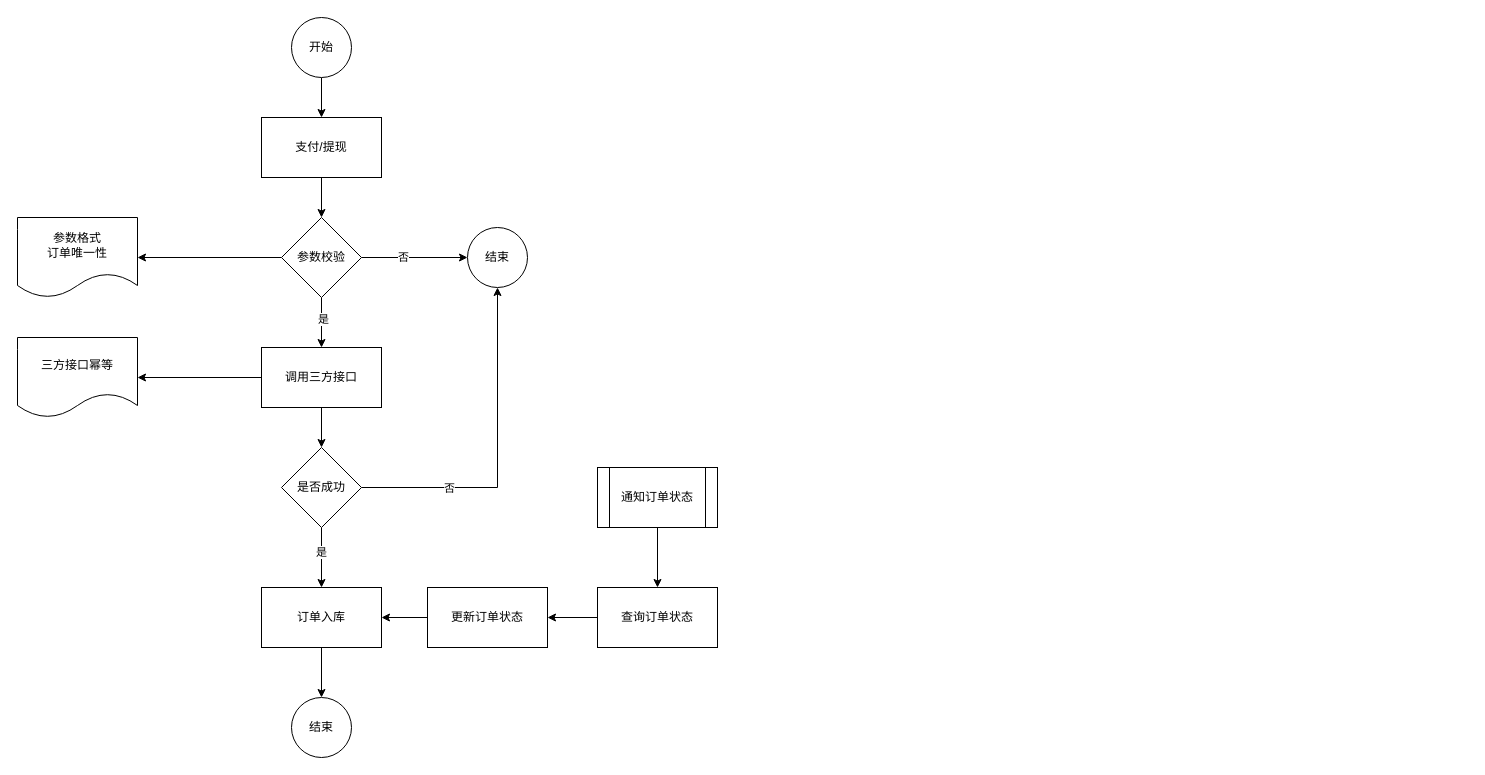
Earlier version of the draw.io diagram page "支付/提现接口幂等方案" (4 of 4) of 支付流程.drawio (jarcn/pic). Source tidied: cells renumbered, new cells numbered last; positions are measured from the earlier drawing's top-left corner, leaving out a move shared by most shapes. Both pictures are drawn from the tidied source at 100%, with x=0, y=0 at pixel (17, 17).
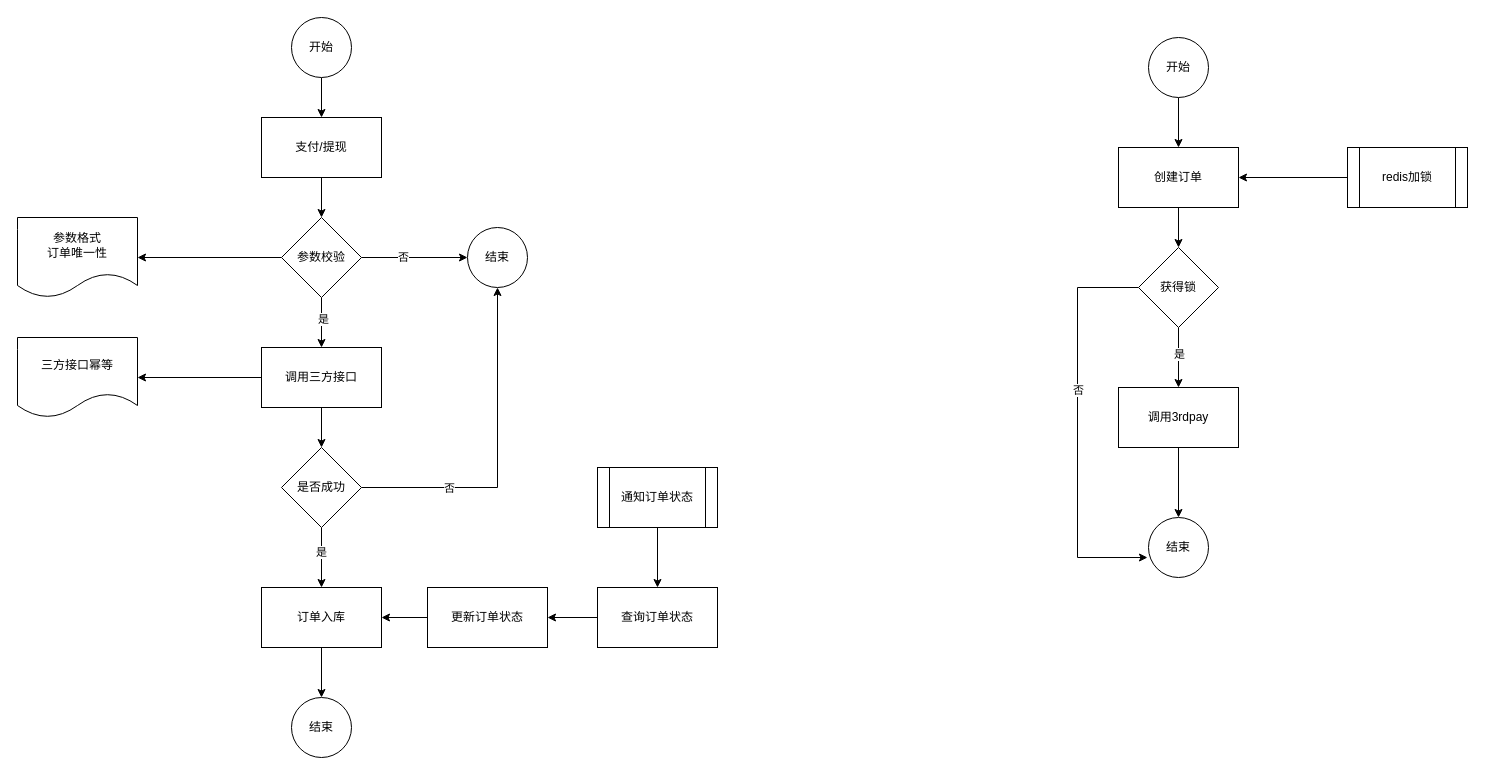
Above is the later version.

Diff of the diagram source:
```diff
@@
+    <mxCell id="32" style="edgeStyle=orthogonalEdgeStyle;rounded=0;jettySize=auto;html=1;exitX=0.5;exitY=1;exitDx=0;exitDy=0;" parent="1" edge="1" source="33" target="35">
+      <mxGeometry relative="1" as="geometry" />
+    </mxCell>
+    <mxCell id="33" value="开始" style="ellipse;whiteSpace=wrap;html=1;" parent="1" vertex="1">
+      <mxGeometry x="1131" y="20" width="60" height="60" as="geometry" />
+    </mxCell>
+    <mxCell id="34" style="edgeStyle=orthogonalEdgeStyle;rounded=0;jettySize=auto;html=1;exitX=0.5;exitY=1;exitDx=0;exitDy=0;entryX=0.5;entryY=0;entryDx=0;entryDy=0;" parent="1" edge="1" source="35" target="42">
+      <mxGeometry relative="1" as="geometry" />
+    </mxCell>
+    <mxCell id="35" value="创建订单" style="rounded=0;whiteSpace=wrap;html=1;" parent="1" vertex="1">
+      <mxGeometry x="1101" y="130" width="120" height="60" as="geometry" />
+    </mxCell>
+    <mxCell id="36" style="edgeStyle=orthogonalEdgeStyle;rounded=0;jettySize=auto;html=1;exitX=0;exitY=0.5;exitDx=0;exitDy=0;entryX=1;entryY=0.5;entryDx=0;entryDy=0;" parent="1" edge="1" source="37" target="35">
+      <mxGeometry relative="1" as="geometry" />
+    </mxCell>
+    <mxCell id="37" value="redis加锁" style="shape=process;whiteSpace=wrap;html=1;backgroundOutline=1;" parent="1" vertex="1">
+      <mxGeometry x="1330" y="130" width="120" height="60" as="geometry" />
+    </mxCell>
+    <mxCell id="38" style="edgeStyle=orthogonalEdgeStyle;rounded=0;jettySize=auto;html=1;exitX=0.5;exitY=1;exitDx=0;exitDy=0;" parent="1" edge="1" source="42" target="44">
+      <mxGeometry relative="1" as="geometry" />
+    </mxCell>
+    <mxCell id="39" value="是" style="edgeLabel;html=1;align=center;verticalAlign=middle;" parent="38" vertex="1">
+      <mxGeometry x="-0.13" y="-4" relative="1" as="geometry">
+        <mxPoint x="4" as="offset" />
+      </mxGeometry>
+    </mxCell>
+    <mxCell id="40" style="edgeStyle=orthogonalEdgeStyle;rounded=0;jettySize=auto;html=1;exitX=0;exitY=0.5;exitDx=0;exitDy=0;entryX=-0.017;entryY=0.667;entryDx=0;entryDy=0;entryPerimeter=0;" parent="1" edge="1" source="42" target="45">
+      <mxGeometry relative="1" as="geometry">
+        <Array as="points">
+          <mxPoint x="1060" y="270" />
+          <mxPoint x="1060" y="540" />
+        </Array>
+      </mxGeometry>
+    </mxCell>
+    <mxCell id="41" value="否" style="edgeLabel;html=1;align=center;verticalAlign=middle;" parent="40" vertex="1">
+      <mxGeometry x="-0.17" y="1" relative="1" as="geometry">
+        <mxPoint x="-1" y="-3" as="offset" />
+      </mxGeometry>
+    </mxCell>
+    <mxCell id="42" value="获得锁" style="rhombus;whiteSpace=wrap;html=1;" parent="1" vertex="1">
+      <mxGeometry x="1121" y="230" width="80" height="80" as="geometry" />
+    </mxCell>
+    <mxCell id="43" style="edgeStyle=orthogonalEdgeStyle;rounded=0;jettySize=auto;html=1;exitX=0.5;exitY=1;exitDx=0;exitDy=0;" parent="1" edge="1" source="44" target="45">
+      <mxGeometry relative="1" as="geometry" />
+    </mxCell>
+    <mxCell id="44" value="调用3rdpay" style="rounded=0;whiteSpace=wrap;html=1;" parent="1" vertex="1">
+      <mxGeometry x="1101" y="370" width="120" height="60" as="geometry" />
+    </mxCell>
+    <mxCell id="45" value="结束" style="ellipse;whiteSpace=wrap;html=1;" parent="1" vertex="1">
+      <mxGeometry x="1131" y="500" width="60" height="60" as="geometry" />
+    </mxCell>
```
